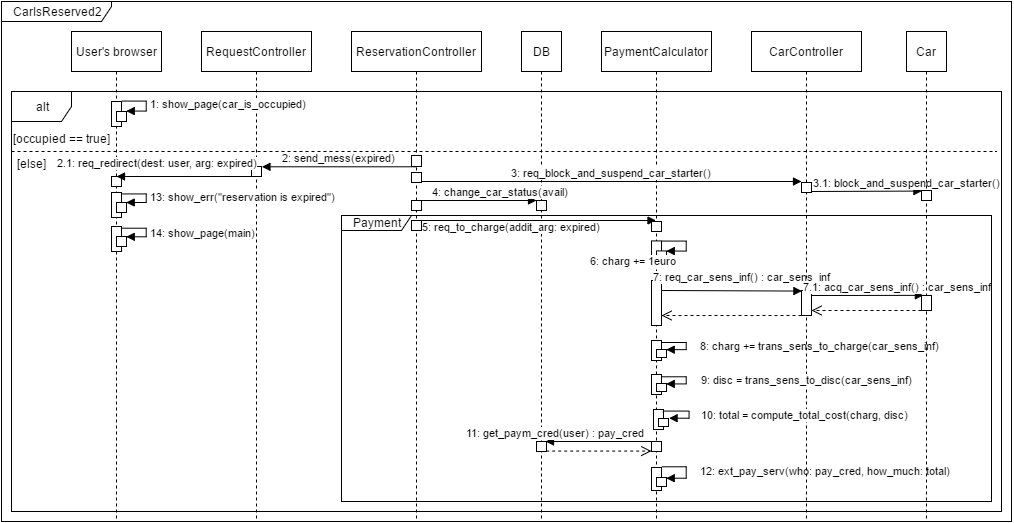
froart/SE2FJ keeps this draw.io diagram as DD/images/6CarIsReserved2.png. Above is the earlier version. Source tidied: cells renumbered, new cells last; positions are measured from the earlier drawing's top-left corner, leaving out a move shared by most shapes.
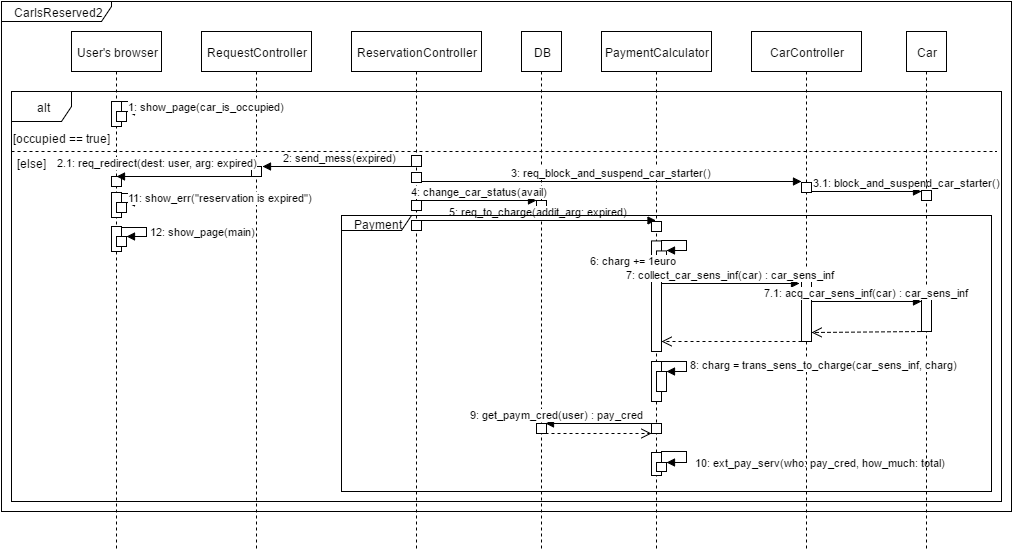
The same diagram one commit later.

The edit, as a diff of the source:
```diff
@@ -3,7 +3,7 @@
     <mxCell id="0" />
     <mxCell id="1" parent="0" />
     <mxCell id="2" value="User's browser" style="shape=umlLifeline;perimeter=lifelinePerimeter;whiteSpace=wrap;html=1;" parent="1" vertex="1">
-      <mxGeometry x="70" y="30" width="90" height="490" as="geometry" />
+      <mxGeometry x="70" y="30" width="90" height="520" as="geometry" />
     </mxCell>
     <mxCell id="3" style="html=1;perimeter=orthogonalPerimeter;" parent="2" vertex="1">
       <mxGeometry x="40" y="70" width="10" height="25" as="geometry" />
@@ -17,32 +17,32 @@
     <mxCell id="6" style="html=1;points=[];perimeter=orthogonalPerimeter;" parent="2" vertex="1">
       <mxGeometry x="45" y="205" width="10" height="10" as="geometry" />
     </mxCell>
-    <mxCell id="7" value="14: show_page(main)" style="edgeStyle=orthogonalEdgeStyle;html=1;align=left;spacingLeft=2;endArrow=block;rounded=0;entryX=1;entryY=0;strokeWidth=1;" parent="2" edge="1" target="6">
-      <mxGeometry as="geometry">
-        <mxPoint x="50.1" y="196" as="sourcePoint" />
-        <Array as="points">
-          <mxPoint x="75" y="196" />
-        </Array>
-        <mxPoint x="22" as="offset" />
-      </mxGeometry>
-    </mxCell>
+    <mxCell id="66" value="12: show_page(main)" style="edgeStyle=orthogonalEdgeStyle;html=1;align=left;spacingLeft=2;endArrow=block;rounded=0;entryX=1;entryY=0;strokeWidth=1;" parent="2" edge="1" target="6">
+      <mxGeometry as="geometry">
+        <mxPoint x="50.1" y="196" as="sourcePoint" />
+        <Array as="points">
+          <mxPoint x="75" y="196" />
+        </Array>
+        <mxPoint x="22" as="offset" />
+      </mxGeometry>
+    </mxCell>
     <mxCell id="8" value="&lt;span&gt;ReservationController&lt;/span&gt;" style="shape=umlLifeline;perimeter=lifelinePerimeter;whiteSpace=wrap;html=1;" parent="1" vertex="1">
-      <mxGeometry x="350" y="30" width="130" height="490" as="geometry" />
+      <mxGeometry x="350" y="30" width="130" height="520" as="geometry" />
     </mxCell>
     <mxCell id="9" value="&lt;span&gt;RequestController&lt;/span&gt;" style="shape=umlLifeline;perimeter=lifelinePerimeter;whiteSpace=wrap;html=1;" parent="1" vertex="1">
-      <mxGeometry x="200" y="30" width="110" height="490" as="geometry" />
+      <mxGeometry x="200" y="30" width="110" height="520" as="geometry" />
     </mxCell>
     <mxCell id="10" value="&lt;span&gt;DB&lt;/span&gt;&lt;br&gt;" style="shape=umlLifeline;perimeter=lifelinePerimeter;whiteSpace=wrap;html=1;" parent="1" vertex="1">
-      <mxGeometry x="520" y="30" width="40" height="490" as="geometry" />
+      <mxGeometry x="520" y="30" width="40" height="520" as="geometry" />
     </mxCell>
     <mxCell id="11" style="html=1;perimeter=orthogonalPerimeter;" parent="10" vertex="1">
       <mxGeometry x="15" y="169" width="10" height="10" as="geometry" />
     </mxCell>
     <mxCell id="12" value="CarIsReserved2" style="shape=umlFrame;whiteSpace=wrap;html=1;width=110;height=20;" parent="1" vertex="1">
-      <mxGeometry width="1010" height="520" as="geometry" />
+      <mxGeometry width="1010" height="510" as="geometry" />
     </mxCell>
     <mxCell id="13" value="alt" style="shape=umlFrame;whiteSpace=wrap;html=1;" parent="1" vertex="1">
-      <mxGeometry x="10" y="90" width="990" height="420" as="geometry" />
+      <mxGeometry x="10" y="90" width="990" height="410" as="geometry" />
     </mxCell>
     <mxCell id="14" value="&lt;span style=&quot;font-weight: normal&quot;&gt;[occupied == true]&lt;/span&gt;" style="text;html=1;align=center;fontStyle=1;verticalAlign=middle;spacingLeft=3;spacingRight=3;strokeColor=none;" parent="1" vertex="1">
       <mxGeometry x="20" y="124" width="80" height="26" as="geometry" />
@@ -51,7 +51,7 @@
       <mxGeometry x="115" y="110" width="10" height="10" as="geometry" />
     </mxCell>
     <mxCell id="16" value="1: show_page(car_is_occupied)" style="edgeStyle=orthogonalEdgeStyle;html=1;align=left;spacingLeft=2;endArrow=block;rounded=0;entryX=1;entryY=0;strokeWidth=1;" parent="1" edge="1" target="15">
-      <mxGeometry relative="1" as="geometry">
+      <mxGeometry x="120" y="100" as="geometry">
         <mxPoint x="120" y="100" as="sourcePoint" />
         <Array as="points">
           <mxPoint x="145" y="100" />
@@ -70,19 +70,19 @@
     <mxCell id="20" style="html=1;points=[];perimeter=orthogonalPerimeter;" parent="1" vertex="1">
       <mxGeometry x="115" y="201" width="10" height="10" as="geometry" />
     </mxCell>
-    <mxCell id="21" value="13: show_err(&quot;reservation is expired&quot;)" style="edgeStyle=orthogonalEdgeStyle;html=1;align=left;spacingLeft=2;endArrow=block;rounded=0;entryX=1;entryY=0;strokeWidth=1;" parent="1" edge="1" target="20">
-      <mxGeometry relative="1" as="geometry">
-        <mxPoint x="120" y="192" as="sourcePoint" />
-        <Array as="points">
-          <mxPoint x="145" y="192" />
-        </Array>
-      </mxGeometry>
-    </mxCell>
+    <mxCell id="67" value="11: show_err(&quot;reservation is expired&quot;)" style="edgeStyle=orthogonalEdgeStyle;html=1;align=left;spacingLeft=2;endArrow=block;rounded=0;entryX=1;entryY=0;strokeWidth=1;" parent="1" edge="1" target="20">
+      <mxGeometry x="120" y="192" as="geometry">
+        <mxPoint x="120" y="192" as="sourcePoint" />
+        <Array as="points">
+          <mxPoint x="145" y="192" />
+        </Array>
+      </mxGeometry>
+    </mxCell>
     <mxCell id="22" style="html=1;points=[];perimeter=orthogonalPerimeter;" parent="1" vertex="1">
       <mxGeometry x="410" y="154" width="10" height="11" as="geometry" />
     </mxCell>
     <mxCell id="23" value="2: send_mess(expired)" style="html=1;verticalAlign=bottom;endArrow=block;strokeWidth=1;exitX=0.5;exitY=1;exitPerimeter=0;entryX=1.071;entryY=0;entryPerimeter=0;" parent="1" edge="1" source="22" target="24">
-      <mxGeometry relative="1" as="geometry" />
+      <mxGeometry x="261" y="165" as="geometry" />
     </mxCell>
     <mxCell id="24" style="html=1;points=[];perimeter=orthogonalPerimeter;" parent="1" vertex="1">
       <mxGeometry x="250" y="165" width="10" height="10" as="geometry" />
@@ -98,7 +98,7 @@
       <mxGeometry x="410" y="199" width="10" height="10" as="geometry" />
     </mxCell>
     <mxCell id="27" value="4: change_car_status(avail)" style="html=1;verticalAlign=bottom;endArrow=block;strokeWidth=1;" parent="1" edge="1">
-      <mxGeometry x="0.36" relative="1" as="geometry">
+      <mxGeometry x="420" y="199" as="geometry">
         <mxPoint x="420" y="199" as="sourcePoint" />
         <mxPoint x="535" y="199" as="targetPoint" />
       </mxGeometry>
@@ -107,13 +107,13 @@
       <mxGeometry x="410" y="219" width="10" height="10" as="geometry" />
     </mxCell>
     <mxCell id="29" value="5: req_to_charge(addit_arg: expired)" style="html=1;verticalAlign=bottom;endArrow=block;strokeWidth=1;" parent="1" edge="1">
-      <mxGeometry x="-0.23" y="-15" relative="1" as="geometry">
+      <mxGeometry x="420" y="219" as="geometry">
         <mxPoint x="420" y="219" as="sourcePoint" />
         <mxPoint x="654.5" y="219" as="targetPoint" />
       </mxGeometry>
     </mxCell>
     <mxCell id="30" value="&lt;span&gt;PaymentCalculator&lt;/span&gt;&lt;br&gt;" style="shape=umlLifeline;perimeter=lifelinePerimeter;whiteSpace=wrap;html=1;" parent="1" vertex="1">
-      <mxGeometry x="600" y="30" width="110" height="490" as="geometry" />
+      <mxGeometry x="600" y="30" width="110" height="520" as="geometry" />
     </mxCell>
     <mxCell id="31" style="html=1;perimeter=orthogonalPerimeter;" parent="30" vertex="1">
       <mxGeometry x="50" y="190" width="10" height="10" as="geometry" />
@@ -133,75 +133,48 @@
         <mxPoint x="-100" y="111" as="offset" />
       </mxGeometry>
     </mxCell>
-    <mxCell id="35" style="html=1;perimeter=orthogonalPerimeter;" parent="30" vertex="1">
-      <mxGeometry x="50" y="309" width="10" height="20" as="geometry" />
-    </mxCell>
-    <mxCell id="36" style="html=1;points=[];perimeter=orthogonalPerimeter;" parent="30" vertex="1">
-      <mxGeometry x="55" y="318" width="10" height="8" as="geometry" />
-    </mxCell>
-    <mxCell id="37" value="8: charg += trans_sens_to_charge(car_sens_inf)" style="edgeStyle=orthogonalEdgeStyle;html=1;align=left;spacingLeft=2;endArrow=block;rounded=0;entryX=1;entryY=0;strokeWidth=1;" parent="30" edge="1" target="36">
-      <mxGeometry x="-0.03" y="-10" relative="1" as="geometry">
-        <mxPoint x="60" y="311" as="sourcePoint" />
-        <Array as="points">
-          <mxPoint x="85" y="311" />
-        </Array>
-        <mxPoint x="20" y="3" as="offset" />
-      </mxGeometry>
-    </mxCell>
-    <mxCell id="38" style="html=1;points=[];perimeter=orthogonalPerimeter;" parent="30" vertex="1">
-      <mxGeometry x="50" y="249" width="10" height="45" as="geometry" />
-    </mxCell>
-    <mxCell id="39" value="7: req_car_sens_inf() : car_sens_inf" style="html=1;verticalAlign=bottom;endArrow=block;strokeWidth=1;entryX=0.006;entryY=0;entryPerimeter=0;" parent="30" edge="1" target="48">
-      <mxGeometry x="0.14" y="5" relative="1" as="geometry">
-        <mxPoint x="60" y="259" as="sourcePoint" />
-      </mxGeometry>
-    </mxCell>
-    <mxCell id="40" style="html=1;points=[];perimeter=orthogonalPerimeter;" parent="30" vertex="1">
-      <mxGeometry x="-65" y="410" width="10" height="10" as="geometry" />
-    </mxCell>
-    <mxCell id="41" style="html=1;perimeter=orthogonalPerimeter;" parent="30" vertex="1">
-      <mxGeometry x="50" y="436" width="10" height="23" as="geometry" />
-    </mxCell>
-    <mxCell id="42" style="html=1;points=[];perimeter=orthogonalPerimeter;" parent="30" vertex="1">
-      <mxGeometry x="55" y="446" width="10" height="9" as="geometry" />
-    </mxCell>
-    <mxCell id="43" value="12: ext_pay_serv(who: pay_cred, how_much: total)" style="edgeStyle=orthogonalEdgeStyle;html=1;align=left;spacingLeft=2;endArrow=block;rounded=0;entryX=1;entryY=0;strokeWidth=1;" parent="30" edge="1" target="42">
-      <mxGeometry x="-0.11" y="-11" relative="1" as="geometry">
-        <mxPoint x="60" y="435" as="sourcePoint" />
-        <Array as="points">
-          <mxPoint x="85" y="435" />
-        </Array>
-        <mxPoint x="21" y="4" as="offset" />
-      </mxGeometry>
-    </mxCell>
-    <mxCell id="44" style="html=1;points=[];perimeter=orthogonalPerimeter;" parent="30" vertex="1">
-      <mxGeometry x="50" y="410" width="10" height="10" as="geometry" />
-    </mxCell>
-    <mxCell id="45" value="11: get_paym_cred(user) : pay_cred" style="html=1;verticalAlign=bottom;endArrow=block;strokeWidth=1;" parent="30" edge="1">
-      <mxGeometry x="0.79" relative="1" as="geometry">
-        <mxPoint x="50" y="410" as="sourcePoint" />
-        <mxPoint x="-56" y="410" as="targetPoint" />
-      </mxGeometry>
-    </mxCell>
-    <mxCell id="46" style="html=1;verticalAlign=bottom;endArrow=open;dashed=1;endSize=8;strokeWidth=1;exitX=0.917;exitY=0.983;exitPerimeter=0;" parent="30" edge="1" source="40" target="44">
-      <mxGeometry relative="1" as="geometry" />
-    </mxCell>
+    <mxCell id="68" style="html=1;points=[];perimeter=orthogonalPerimeter;" parent="30" vertex="1">
+      <mxGeometry x="-65" y="392" width="10" height="10" as="geometry" />
+    </mxCell>
+    <mxCell id="69" style="html=1;perimeter=orthogonalPerimeter;" parent="30" vertex="1">
+      <mxGeometry x="50" y="421" width="10" height="23" as="geometry" />
+    </mxCell>
+    <mxCell id="70" style="html=1;points=[];perimeter=orthogonalPerimeter;" parent="30" vertex="1">
+      <mxGeometry x="55" y="431" width="10" height="9" as="geometry" />
+    </mxCell>
+    <mxCell id="71" value="10: ext_pay_serv(who: pay_cred, how_much: total)" style="edgeStyle=orthogonalEdgeStyle;html=1;align=left;spacingLeft=2;endArrow=block;rounded=0;entryX=1;entryY=0;strokeWidth=1;" parent="30" edge="1" target="70">
+      <mxGeometry x="0.29" y="-5" relative="1" as="geometry">
+        <mxPoint x="60" y="420" as="sourcePoint" />
+        <Array as="points">
+          <mxPoint x="85" y="420" />
+        </Array>
+        <mxPoint x="5" y="5" as="offset" />
+      </mxGeometry>
+    </mxCell>
+    <mxCell id="72" style="html=1;points=[];perimeter=orthogonalPerimeter;" parent="30" vertex="1">
+      <mxGeometry x="50" y="392" width="10" height="10" as="geometry" />
+    </mxCell>
+    <mxCell id="73" value="9: get_paym_cred(user) : pay_cred" style="html=1;verticalAlign=bottom;endArrow=block;strokeWidth=1;" parent="30" edge="1">
+      <mxGeometry x="0.79" relative="1" as="geometry">
+        <mxPoint x="50" y="392" as="sourcePoint" />
+        <mxPoint x="-56" y="392" as="targetPoint" />
+      </mxGeometry>
+    </mxCell>
+    <mxCell id="74" style="html=1;verticalAlign=bottom;endArrow=open;dashed=1;endSize=8;strokeWidth=1;exitX=0.917;exitY=0.983;exitPerimeter=0;" parent="30" edge="1" source="68" target="72">
+      <mxGeometry relative="1" as="geometry" />
+    </mxCell>
+    <mxCell id="75" style="html=1;verticalAlign=bottom;endArrow=open;dashed=1;endSize=8;strokeWidth=1;" parent="30" edge="1">
+      <mxGeometry x="60" y="310" as="geometry">
+        <mxPoint x="200" y="310" as="sourcePoint" />
+        <mxPoint x="60" y="310" as="targetPoint" />
+      </mxGeometry>
+    </mxCell>
+    <mxCell id="76" style="html=1;points=[];perimeter=orthogonalPerimeter;" parent="30" vertex="1">
+      <mxGeometry x="50" y="240" width="10" height="80" as="geometry" />
+    </mxCell>
     <mxCell id="47" value="&lt;span&gt;CarController&lt;/span&gt;&lt;br&gt;" style="shape=umlLifeline;perimeter=lifelinePerimeter;whiteSpace=wrap;html=1;" parent="1" vertex="1">
-      <mxGeometry x="750" y="30" width="110" height="490" as="geometry" />
+      <mxGeometry x="750" y="30" width="110" height="520" as="geometry" />
     </mxCell>
-    <mxCell id="48" style="html=1;points=[];perimeter=orthogonalPerimeter;" parent="47" vertex="1">
-      <mxGeometry x="50" y="259" width="10" height="25" as="geometry" />
-    </mxCell>
-    <mxCell id="49" value="7.1: acq_car_sens_inf() : car_sens_inf" style="html=1;verticalAlign=bottom;endArrow=block;strokeWidth=1;entryX=0.152;entryY=-0.002;entryPerimeter=0;" parent="47" edge="1" target="54">
-      <mxGeometry x="0.52" relative="1" as="geometry">
-        <mxPoint x="60" y="264" as="sourcePoint" />
-      </mxGeometry>
-    </mxCell>
-    <mxCell id="50" style="html=1;verticalAlign=bottom;endArrow=open;dashed=1;endSize=8;strokeWidth=1;" parent="47" edge="1" target="48">
-      <mxGeometry relative="1" as="geometry">
-        <mxPoint x="170" y="279" as="sourcePoint" />
-      </mxGeometry>
-    </mxCell>
     <mxCell id="51" style="html=1;perimeter=orthogonalPerimeter;" parent="47" vertex="1">
       <mxGeometry x="50" y="151" width="10" height="10" as="geometry" />
     </mxCell>
@@ -210,61 +183,58 @@
         <mxPoint x="60" y="160" as="sourcePoint" />
       </mxGeometry>
     </mxCell>
+    <mxCell id="77" style="html=1;points=[];perimeter=orthogonalPerimeter;" parent="47" vertex="1">
+      <mxGeometry x="50" y="250" width="10" height="60" as="geometry" />
+    </mxCell>
     <mxCell id="53" value="&lt;span&gt;Car&lt;/span&gt;&lt;br&gt;" style="shape=umlLifeline;perimeter=lifelinePerimeter;whiteSpace=wrap;html=1;" parent="1" vertex="1">
-      <mxGeometry x="905" y="30" width="40" height="490" as="geometry" />
+      <mxGeometry x="905" y="30" width="40" height="520" as="geometry" />
     </mxCell>
-    <mxCell id="54" style="html=1;points=[];perimeter=orthogonalPerimeter;" parent="53" vertex="1">
-      <mxGeometry x="15" y="264" width="10" height="15" as="geometry" />
-    </mxCell>
     <mxCell id="55" style="html=1;points=[];perimeter=orthogonalPerimeter;" parent="53" vertex="1">
       <mxGeometry x="15" y="159" width="10" height="10" as="geometry" />
     </mxCell>
-    <mxCell id="56" style="html=1;verticalAlign=bottom;endArrow=open;dashed=1;endSize=8;strokeWidth=1;" parent="1" edge="1" target="38">
-      <mxGeometry relative="1" as="geometry">
-        <mxPoint x="800" y="314" as="sourcePoint" />
-      </mxGeometry>
-    </mxCell>
-    <mxCell id="57" style="html=1;perimeter=orthogonalPerimeter;" parent="1" vertex="1">
-      <mxGeometry x="650" y="373" width="10" height="20" as="geometry" />
-    </mxCell>
-    <mxCell id="58" style="html=1;points=[];perimeter=orthogonalPerimeter;" parent="1" vertex="1">
-      <mxGeometry x="655" y="382" width="10" height="8" as="geometry" />
-    </mxCell>
-    <mxCell id="59" value="9: disc = trans_sens_to_disc(car_sens_inf)" style="edgeStyle=orthogonalEdgeStyle;html=1;align=left;spacingLeft=2;endArrow=block;rounded=0;entryX=1;entryY=0;strokeWidth=1;" parent="1" edge="1" target="58">
-      <mxGeometry y="29" as="geometry">
-        <mxPoint x="660" y="375.3" as="sourcePoint" />
-        <Array as="points">
-          <mxPoint x="685" y="375" />
-        </Array>
-        <mxPoint x="33" as="offset" />
-      </mxGeometry>
-    </mxCell>
-    <mxCell id="60" style="html=1;perimeter=orthogonalPerimeter;" parent="1" vertex="1">
-      <mxGeometry x="652" y="408" width="10" height="20" as="geometry" />
-    </mxCell>
-    <mxCell id="61" style="html=1;points=[];perimeter=orthogonalPerimeter;" parent="1" vertex="1">
-      <mxGeometry x="657" y="417" width="10" height="8" as="geometry" />
-    </mxCell>
-    <mxCell id="62" value="10: total = compute_total_cost(charg, disc)" style="edgeStyle=orthogonalEdgeStyle;html=1;align=left;spacingLeft=2;endArrow=block;rounded=0;entryX=1;entryY=0;strokeWidth=1;" parent="1" edge="1" target="61">
-      <mxGeometry y="29" as="geometry">
-        <mxPoint x="662" y="410.5" as="sourcePoint" />
-        <Array as="points">
-          <mxPoint x="687" y="410" />
-        </Array>
-        <mxPoint x="31" as="offset" />
-      </mxGeometry>
-    </mxCell>
+    <mxCell id="78" style="html=1;points=[];perimeter=orthogonalPerimeter;" parent="53" vertex="1">
+      <mxGeometry x="15" y="260" width="10" height="40" as="geometry" />
+    </mxCell>
     <mxCell id="63" value="Payment" style="shape=umlFrame;whiteSpace=wrap;html=1;width=70;height=15;" parent="1" vertex="1">
-      <mxGeometry x="340" y="214" width="650" height="286" as="geometry" />
+      <mxGeometry x="340" y="214" width="650" height="276" as="geometry" />
     </mxCell>
     <mxCell id="64" style="html=1;perimeter=orthogonalPerimeter;" parent="1" vertex="1">
       <mxGeometry x="410" y="171" width="10" height="10" as="geometry" />
     </mxCell>
     <mxCell id="65" value="3: req_block_and_suspend_car_starter()" style="html=1;verticalAlign=bottom;endArrow=block;strokeWidth=1;" parent="1" edge="1">
-      <mxGeometry relative="1" as="geometry">
+      <mxGeometry x="420" y="180" as="geometry">
         <mxPoint x="420" y="180" as="sourcePoint" />
         <mxPoint x="800" y="180" as="targetPoint" />
       </mxGeometry>
     </mxCell>
+    <mxCell id="79" value="7: collect_car_sens_inf(car) : car_sens_inf" style="html=1;verticalAlign=bottom;endArrow=block;strokeWidth=1;entryX=-0.167;entryY=0.028;entryPerimeter=0;" parent="1" edge="1" source="76" target="77">
+      <mxGeometry x="660" y="282" as="geometry" />
+    </mxCell>
+    <mxCell id="80" value="7.1: acq_car_sens_inf(car) : car_sens_inf" style="html=1;verticalAlign=bottom;endArrow=block;strokeWidth=1;" parent="1" edge="1" source="77" target="78">
+      <mxGeometry x="780" y="300" as="geometry">
+        <Array as="points">
+          <mxPoint x="810" y="300" />
+        </Array>
+      </mxGeometry>
+    </mxCell>
+    <mxCell id="81" style="html=1;verticalAlign=bottom;endArrow=open;dashed=1;endSize=8;strokeWidth=1;entryX=1.048;entryY=0.848;entryPerimeter=0;" parent="1" edge="1" target="77">
+      <mxGeometry x="845" y="330" as="geometry">
+        <mxPoint x="925" y="330" as="sourcePoint" />
+      </mxGeometry>
+    </mxCell>
+    <mxCell id="82" style="html=1;perimeter=orthogonalPerimeter;" parent="1" vertex="1">
+      <mxGeometry x="650" y="360" width="10" height="40" as="geometry" />
+    </mxCell>
+    <mxCell id="83" style="html=1;points=[];perimeter=orthogonalPerimeter;" parent="1" vertex="1">
+      <mxGeometry x="655" y="370" width="10" height="20" as="geometry" />
+    </mxCell>
+    <mxCell id="84" value="8: charg = trans_sens_to_charge(car_sens_inf, charg)" style="edgeStyle=orthogonalEdgeStyle;html=1;align=left;spacingLeft=2;endArrow=block;rounded=0;entryX=1;entryY=0;strokeWidth=1;" parent="1" edge="1" target="83">
+      <mxGeometry relative="1" as="geometry">
+        <mxPoint x="660" y="360" as="sourcePoint" />
+        <Array as="points">
+          <mxPoint x="685" y="360" />
+        </Array>
+      </mxGeometry>
+    </mxCell>
   </root>
 </mxGraphModel>
```
